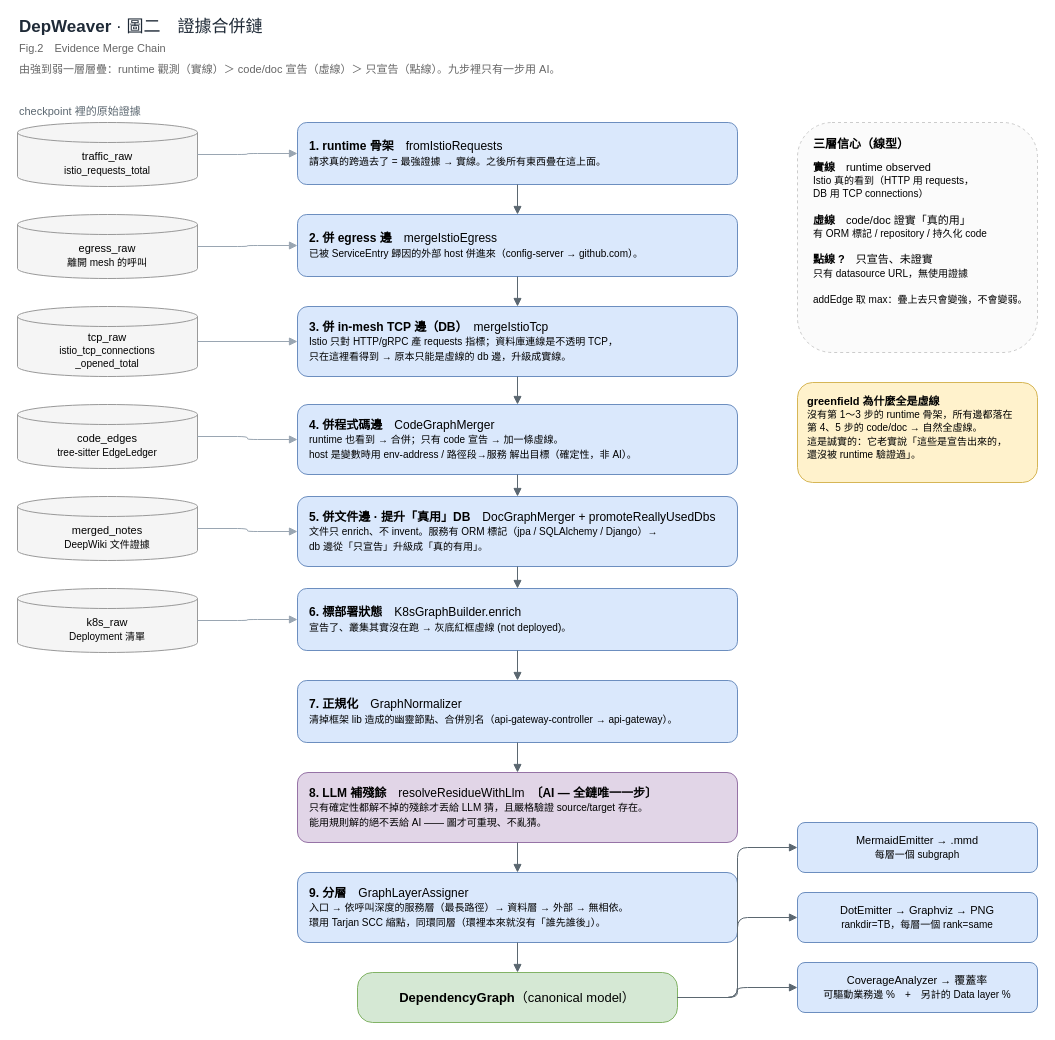
Above: docs/diagrams/fig2-confidence-merge-chain.drawio in ANYuu531/ChatOps4Msa-Pipeline (draw.io), before the change. Source tidied: cells renumbered, new cells numbered last; positions are measured from the earlier drawing's top-left corner, leaving out a move shared by most shapes. Both pictures are drawn from the tidied source at 100%, with x=0, y=0 at pixel (17, 22).
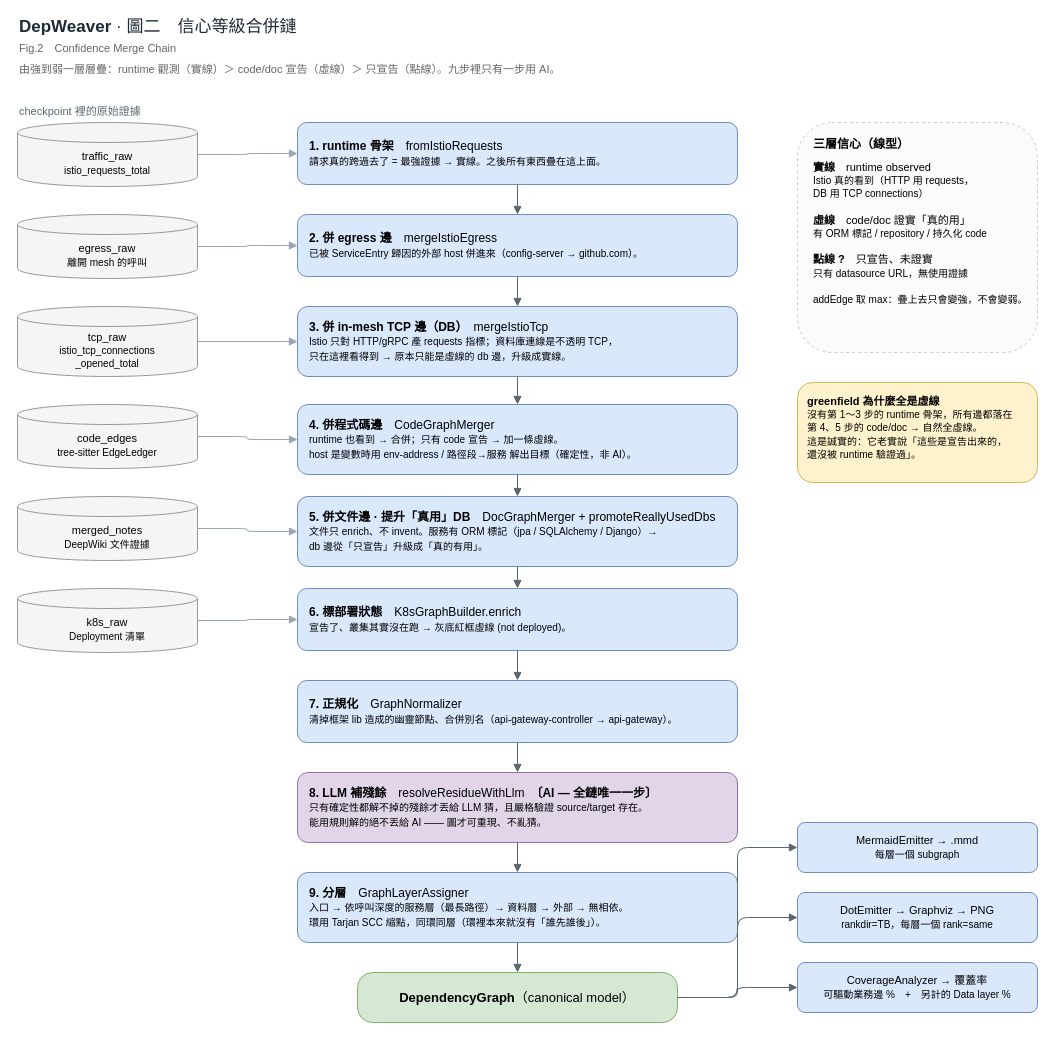
The same page after the edit.

Change to the diagram source:
```diff
@@
-    <mxCell id="2" value="&lt;b&gt;DepWeaver&lt;/b&gt; · 圖二　證據合併鏈&lt;br&gt;&lt;font style=&quot;font-size: 11px;&quot; color=&quot;#666666&quot;&gt;Fig.2　Evidence Merge Chain&lt;/font&gt;&lt;br&gt;&lt;font style=&quot;font-size: 11px;&quot; color=&quot;#666666&quot;&gt;由強到弱一層層疊：runtime 觀測（實線）＞ code/doc 宣告（虛線）＞ 只宣告（點線）。九步裡只有一步用 AI。&lt;/font&gt;" style="text;html=1;align=left;verticalAlign=middle;fontSize=17;fontColor=#1f2a37;" parent="1" vertex="1">
+    <mxCell id="2" value="&lt;b&gt;DepWeaver&lt;/b&gt; · 圖二　信心等級合併鏈&lt;br&gt;&lt;font style=&quot;font-size: 11px;&quot; color=&quot;#666666&quot;&gt;Fig.2　Confidence Merge Chain&lt;/font&gt;&lt;br&gt;&lt;font style=&quot;font-size: 11px;&quot; color=&quot;#666666&quot;&gt;由強到弱一層層疊：runtime 觀測（實線）＞ code/doc 宣告（虛線）＞ 只宣告（點線）。九步裡只有一步用 AI。&lt;/font&gt;" style="text;html=1;align=left;verticalAlign=middle;fontSize=17;fontColor=#1f2a37;" parent="1" vertex="1">
       <mxGeometry width="700" height="50" as="geometry" />
     </mxCell>
```
